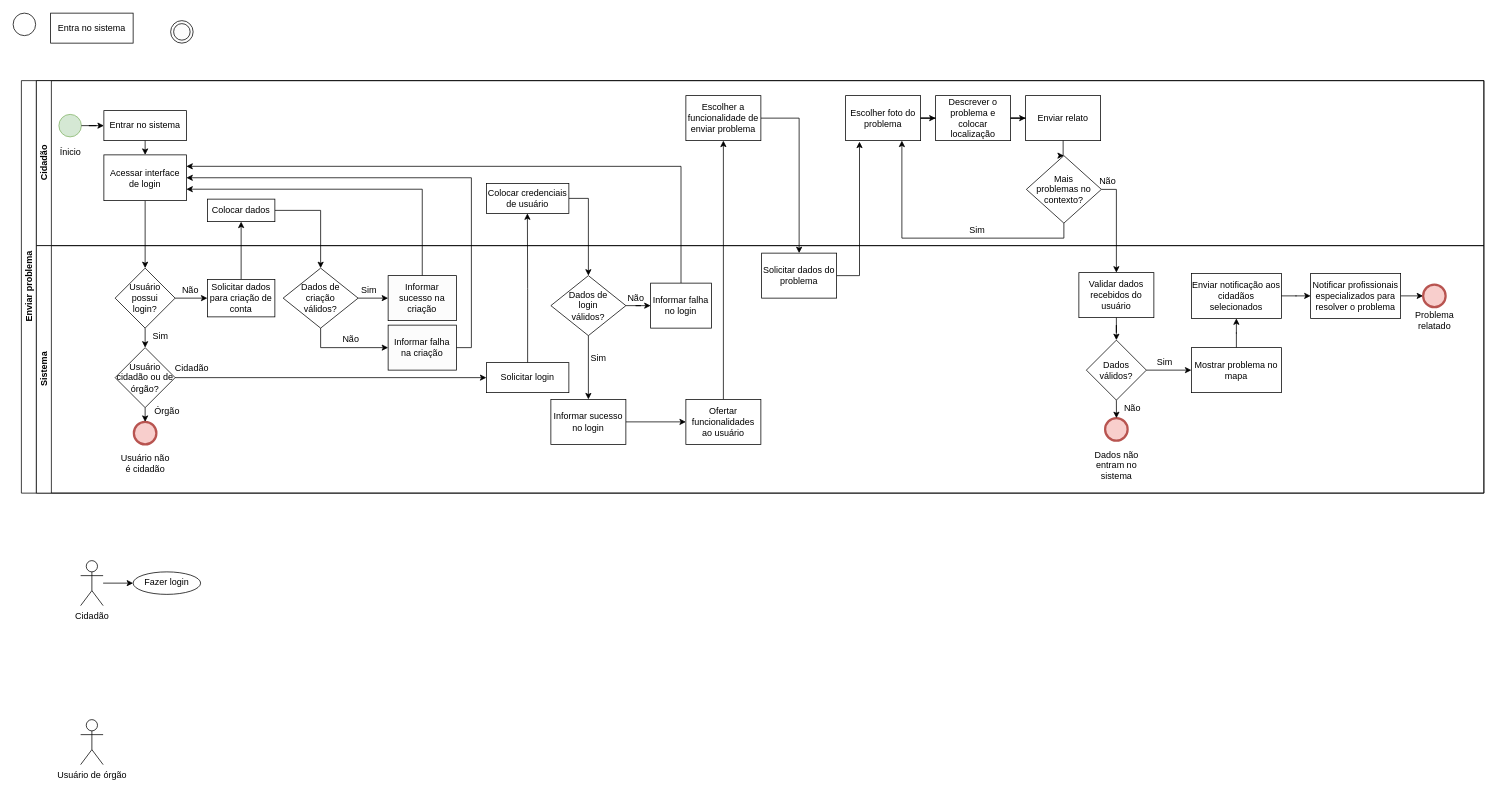
Above: bpmn1.drawio in thomz2/trabalho-final-aps (draw.io), before the change. Source tidied: cells renumbered, new cells numbered last; positions are measured from the earlier drawing's top-left corner, leaving out a move shared by most shapes. Both pictures are drawn from the tidied source at 75%, with x=0, y=0 at pixel (13, 13).
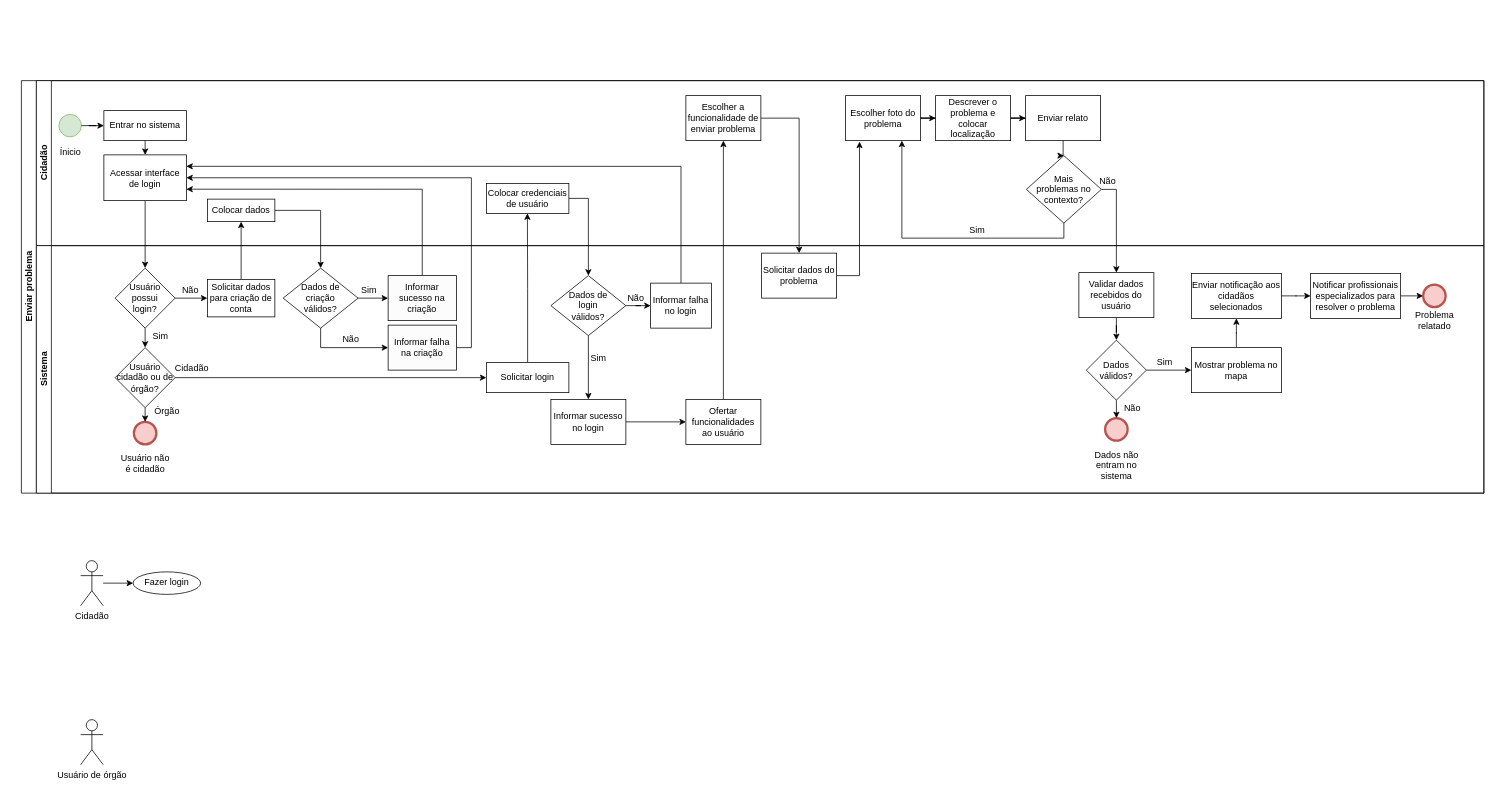
After the change.

Change to the diagram source:
```diff
@@
-    <mxCell id="72" style="ellipse;whiteSpace=wrap;html=1;" parent="1" vertex="1">
-      <mxGeometry width="30" height="30" as="geometry" />
-    </mxCell>
-    <mxCell id="73" value="Entra no sistema" style="rounded=0;whiteSpace=wrap;html=1;" parent="1" vertex="1">
-      <mxGeometry x="50" width="110" height="40" as="geometry" />
-    </mxCell>
-    <mxCell id="74" style="ellipse;shape=doubleEllipse;whiteSpace=wrap;html=1;strokeColor=default;fillColor=#FCFCFC;" parent="1" vertex="1">
-      <mxGeometry x="210" y="10" width="30" height="30" as="geometry" />
-    </mxCell>
```
